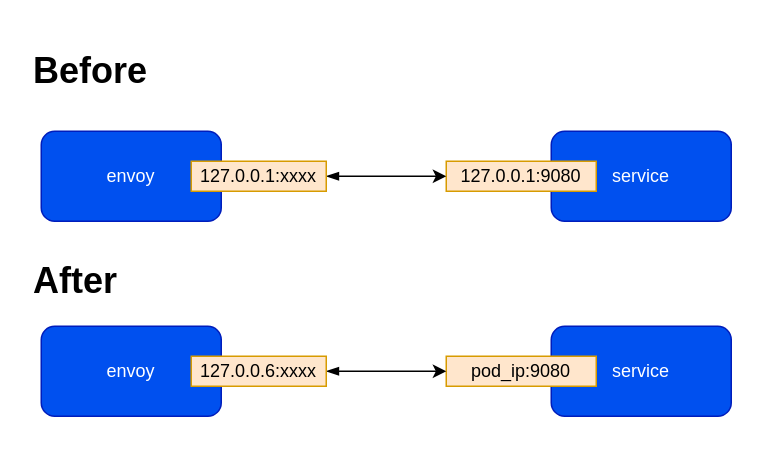
xu1zhou/Documents keeps this draw.io diagram as inboundcluster customize example.drawio. Above is the earlier version. Source tidied: cells renumbered, new cells numbered last; positions are measured from the earlier drawing's top-left corner, leaving out a move shared by most shapes. Both pictures are drawn from the tidied source at 150%, with x=0, y=0 at pixel (26, 40).
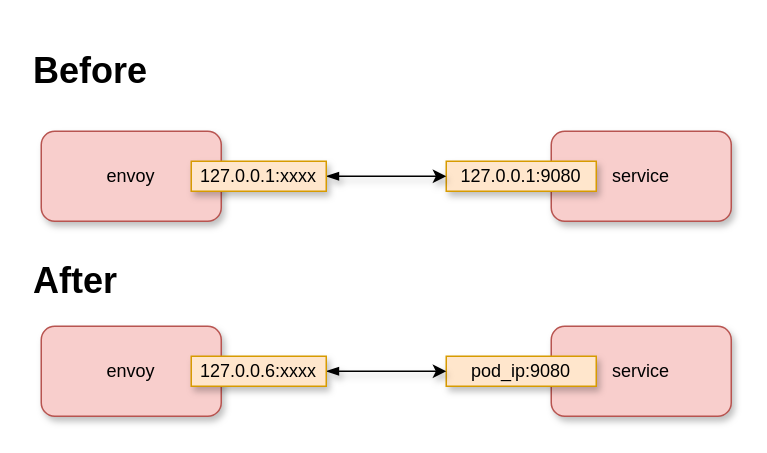
After the change.

The edit, as a diff of the source:
```diff
@@
 <mxGraphModel>
   <root>
     <mxCell id="0" />
     <mxCell id="1" parent="0" />
-    <mxCell id="2" value="envoy" style="rounded=1;whiteSpace=wrap;html=1;fillColor=#0050ef;strokeColor=#001DBC;fontColor=#ffffff;" parent="1" vertex="1">
+    <mxCell id="2" value="envoy" style="rounded=1;whiteSpace=wrap;html=1;fillColor=#f8cecc;strokeColor=#b85450;shadow=1;" parent="1" vertex="1">
       <mxGeometry x="10" y="60" width="120" height="60" as="geometry" />
     </mxCell>
-    <mxCell id="3" value="service" style="rounded=1;whiteSpace=wrap;html=1;fillColor=#0050ef;strokeColor=#001DBC;fontColor=#ffffff;" parent="1" vertex="1">
+    <mxCell id="3" value="service" style="rounded=1;whiteSpace=wrap;html=1;shadow=1;fillColor=#f8cecc;strokeColor=#b85450;" parent="1" vertex="1">
       <mxGeometry x="350" y="60" width="120" height="60" as="geometry" />
     </mxCell>
-    <mxCell id="4" value="127.0.0.1:9080" style="text;html=1;strokeColor=#d79b00;fillColor=#ffe6cc;align=center;verticalAlign=middle;whiteSpace=wrap;rounded=0;" parent="1" vertex="1">
+    <mxCell id="4" value="127.0.0.1:9080" style="text;html=1;strokeColor=#d79b00;fillColor=#ffe6cc;align=center;verticalAlign=middle;whiteSpace=wrap;rounded=0;shadow=1;" parent="1" vertex="1">
       <mxGeometry x="280" y="80" width="100" height="20" as="geometry" />
     </mxCell>
-    <mxCell id="5" style="edgeStyle=orthogonalEdgeStyle;rounded=1;jettySize=auto;html=1;entryX=0;entryY=0.5;entryDx=0;entryDy=0;startArrow=blockThin;startFill=1;" parent="1" edge="1" source="6" target="4">
+    <mxCell id="5" style="edgeStyle=orthogonalEdgeStyle;rounded=1;jettySize=auto;html=1;entryX=0;entryY=0.5;entryDx=0;entryDy=0;startArrow=blockThin;startFill=1;shadow=1;" parent="1" edge="1" source="6" target="4">
       <mxGeometry relative="1" as="geometry" />
     </mxCell>
-    <mxCell id="6" value="127.0.0.1:xxxx" style="text;html=1;strokeColor=#d79b00;fillColor=#ffe6cc;align=center;verticalAlign=middle;whiteSpace=wrap;rounded=0;" parent="1" vertex="1">
+    <mxCell id="6" value="127.0.0.1:xxxx" style="text;html=1;strokeColor=#d79b00;fillColor=#ffe6cc;align=center;verticalAlign=middle;whiteSpace=wrap;rounded=0;shadow=1;" parent="1" vertex="1">
       <mxGeometry x="110" y="80" width="90" height="20" as="geometry" />
     </mxCell>
-    <mxCell id="7" value="envoy" style="rounded=1;whiteSpace=wrap;html=1;fillColor=#0050ef;strokeColor=#001DBC;fontColor=#ffffff;" parent="1" vertex="1">
+    <mxCell id="7" value="envoy" style="rounded=1;whiteSpace=wrap;html=1;fillColor=#f8cecc;strokeColor=#b85450;shadow=1;" parent="1" vertex="1">
       <mxGeometry x="10" y="190" width="120" height="60" as="geometry" />
     </mxCell>
-    <mxCell id="8" value="service" style="rounded=1;whiteSpace=wrap;html=1;fillColor=#0050ef;strokeColor=#001DBC;fontColor=#ffffff;" parent="1" vertex="1">
+    <mxCell id="8" value="service" style="rounded=1;whiteSpace=wrap;html=1;shadow=1;fillColor=#f8cecc;strokeColor=#b85450;" parent="1" vertex="1">
       <mxGeometry x="350" y="190" width="120" height="60" as="geometry" />
     </mxCell>
-    <mxCell id="9" value="pod_ip:9080" style="text;html=1;strokeColor=#d79b00;fillColor=#ffe6cc;align=center;verticalAlign=middle;whiteSpace=wrap;rounded=0;" parent="1" vertex="1">
+    <mxCell id="9" value="pod_ip:9080" style="text;html=1;strokeColor=#d79b00;fillColor=#ffe6cc;align=center;verticalAlign=middle;whiteSpace=wrap;rounded=0;shadow=1;" parent="1" vertex="1">
       <mxGeometry x="280" y="210" width="100" height="20" as="geometry" />
     </mxCell>
-    <mxCell id="10" style="edgeStyle=orthogonalEdgeStyle;rounded=0;jettySize=auto;html=1;entryX=0;entryY=0.5;entryDx=0;entryDy=0;startArrow=blockThin;startFill=1;" parent="1" edge="1" source="11" target="9">
+    <mxCell id="10" style="edgeStyle=orthogonalEdgeStyle;rounded=0;jettySize=auto;html=1;entryX=0;entryY=0.5;entryDx=0;entryDy=0;startArrow=blockThin;startFill=1;shadow=1;" parent="1" edge="1" source="11" target="9">
       <mxGeometry relative="1" as="geometry" />
     </mxCell>
-    <mxCell id="11" value="127.0.0.6:xxxx" style="text;html=1;strokeColor=#d79b00;fillColor=#ffe6cc;align=center;verticalAlign=middle;whiteSpace=wrap;rounded=0;" parent="1" vertex="1">
+    <mxCell id="11" value="127.0.0.6:xxxx" style="text;html=1;strokeColor=#d79b00;fillColor=#ffe6cc;align=center;verticalAlign=middle;whiteSpace=wrap;rounded=0;shadow=1;" parent="1" vertex="1">
       <mxGeometry x="110" y="210" width="90" height="20" as="geometry" />
     </mxCell>
     <mxCell id="12" value="&lt;h1&gt;Before&lt;/h1&gt;" style="text;html=1;strokeColor=none;fillColor=none;spacing=5;spacingTop=-20;whiteSpace=wrap;overflow=hidden;rounded=0;" parent="1" vertex="1">
       <mxGeometry width="190" height="40" as="geometry" />
     </mxCell>
     <mxCell id="13" value="&lt;h1&gt;After&lt;/h1&gt;" style="text;html=1;strokeColor=none;fillColor=none;spacing=5;spacingTop=-20;whiteSpace=wrap;overflow=hidden;rounded=0;" parent="1" vertex="1">
       <mxGeometry y="140" width="190" height="40" as="geometry" />
     </mxCell>
   </root>
 </mxGraphModel>
```
